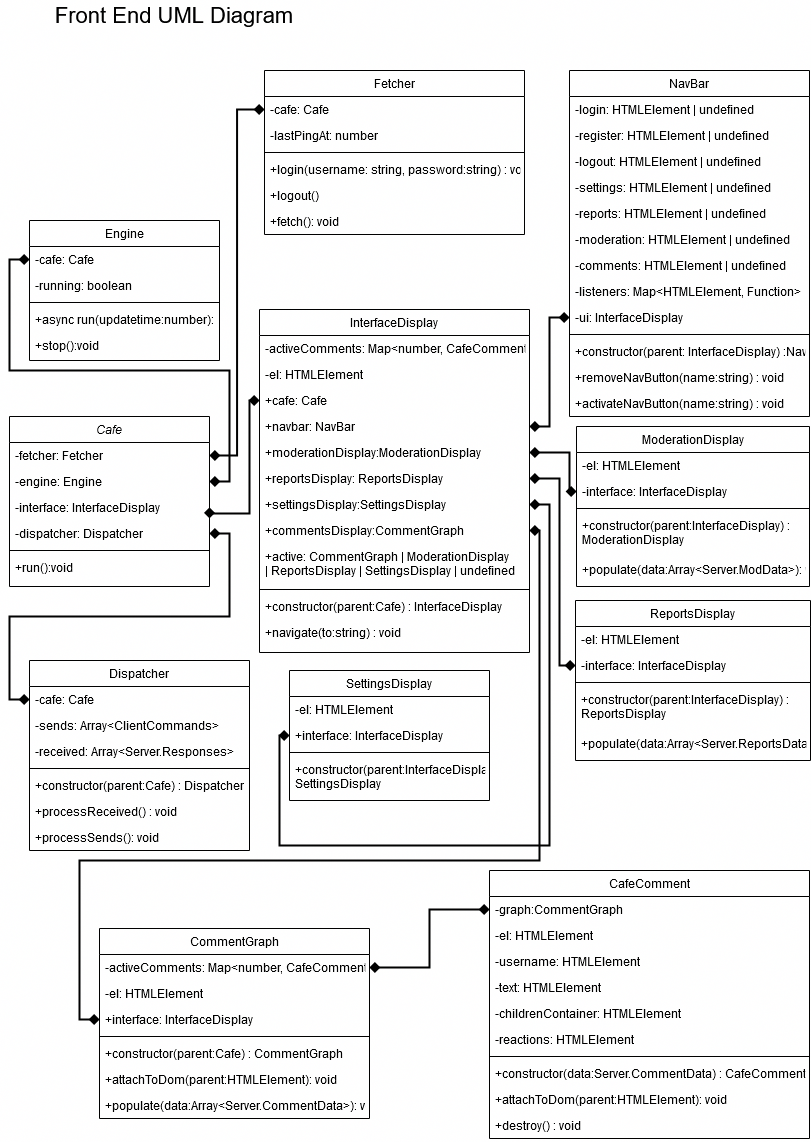
Before: uml diagrams/frontend.png, a diagram exported from draw.io (comment-anything/Specifications). Source tidied: cells renumbered, new cells last; positions are measured from the earlier drawing's top-left corner, leaving out a move shared by most shapes.
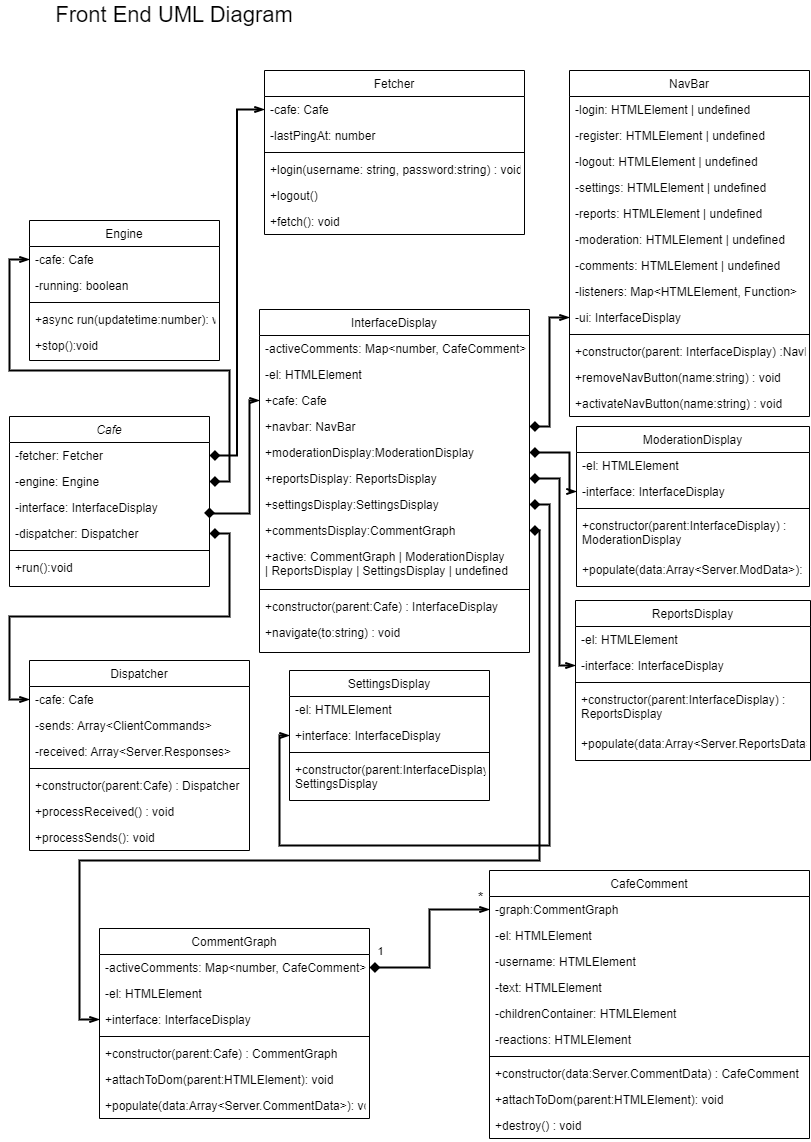
Above is the later version.

Commit message:
Some more uml work, nothing done yet.

Change to the diagram source:
```diff
@@ -275,7 +275,7 @@
     <mxCell id="92" value="+populate(data:Array&lt;Server.ModData&gt;): void" style="text;align=left;verticalAlign=top;spacingLeft=4;spacingRight=4;overflow=hidden;" parent="87" vertex="1">
       <mxGeometry y="130" width="233" height="26" as="geometry" />
     </mxCell>
-    <mxCell id="93" style="edgeStyle=orthogonalEdgeStyle;rounded=0;jettySize=auto;html=1;exitX=1;exitY=0.5;exitDx=0;exitDy=0;entryX=0;entryY=0.5;entryDx=0;entryDy=0;strokeWidth=2;startArrow=diamond;startFill=1;endArrow=diamond;endFill=1;" parent="1" edge="1" source="59" target="77">
+    <mxCell id="93" style="edgeStyle=orthogonalEdgeStyle;rounded=0;jettySize=auto;html=1;exitX=1;exitY=0.5;exitDx=0;exitDy=0;entryX=0;entryY=0.5;entryDx=0;entryDy=0;strokeWidth=2;startArrow=diamond;startFill=1;endArrow=openThin;endFill=0;" parent="1" edge="1" source="59" target="77">
       <mxGeometry relative="1" as="geometry">
         <Array as="points">
           <mxPoint x="540" y="426" />
@@ -283,13 +283,23 @@
         </Array>
       </mxGeometry>
     </mxCell>
-    <mxCell id="94" style="edgeStyle=orthogonalEdgeStyle;rounded=0;jettySize=auto;html=1;exitX=1;exitY=0.5;exitDx=0;exitDy=0;entryX=0;entryY=0.5;entryDx=0;entryDy=0;strokeWidth=2;startArrow=diamond;startFill=1;endArrow=diamond;endFill=1;" parent="1" edge="1" source="10" target="18">
+    <mxCell id="94" style="edgeStyle=orthogonalEdgeStyle;rounded=0;jettySize=auto;html=1;exitX=1;exitY=0.5;exitDx=0;exitDy=0;entryX=0;entryY=0.5;entryDx=0;entryDy=0;strokeWidth=2;startArrow=diamond;startFill=1;endArrow=openThin;endFill=0;" parent="1" edge="1" source="10" target="18">
       <mxGeometry relative="1" as="geometry" />
     </mxCell>
+    <mxCell id="104" value="1" style="edgeLabel;html=1;align=center;verticalAlign=middle;" parent="94" vertex="1">
+      <mxGeometry x="-0.57" y="2" relative="1" as="geometry">
+        <mxPoint x="-29" y="-15" as="offset" />
+      </mxGeometry>
+    </mxCell>
+    <mxCell id="105" value="*" style="edgeLabel;html=1;align=center;verticalAlign=middle;fontSize=14;" parent="94" vertex="1">
+      <mxGeometry x="0.54" y="-2" relative="1" as="geometry">
+        <mxPoint x="31" y="-15" as="offset" />
+      </mxGeometry>
+    </mxCell>
-    <mxCell id="95" style="edgeStyle=orthogonalEdgeStyle;rounded=0;jettySize=auto;html=1;exitX=1;exitY=0.5;exitDx=0;exitDy=0;entryX=0;entryY=0.5;entryDx=0;entryDy=0;strokeWidth=2;startArrow=diamond;startFill=1;endArrow=diamond;endFill=1;" parent="1" edge="1" source="6" target="29">
+    <mxCell id="95" style="edgeStyle=orthogonalEdgeStyle;rounded=0;jettySize=auto;html=1;exitX=1;exitY=0.5;exitDx=0;exitDy=0;entryX=0;entryY=0.5;entryDx=0;entryDy=0;strokeWidth=2;startArrow=diamond;startFill=1;endArrow=openThin;endFill=0;" parent="1" edge="1" source="6" target="29">
       <mxGeometry relative="1" as="geometry" />
     </mxCell>
-    <mxCell id="96" style="edgeStyle=orthogonalEdgeStyle;rounded=0;jettySize=auto;html=1;exitX=1;exitY=0.5;exitDx=0;exitDy=0;entryX=0;entryY=0.5;entryDx=0;entryDy=0;strokeWidth=2;startArrow=diamond;startFill=1;endArrow=diamond;endFill=1;" parent="1" edge="1" source="5" target="58">
+    <mxCell id="96" style="edgeStyle=orthogonalEdgeStyle;rounded=0;jettySize=auto;html=1;exitX=1;exitY=0.5;exitDx=0;exitDy=0;entryX=0;entryY=0.5;entryDx=0;entryDy=0;strokeWidth=2;startArrow=diamond;startFill=1;endArrow=openThin;endFill=0;" parent="1" edge="1" source="5" target="58">
       <mxGeometry relative="1" as="geometry">
         <Array as="points">
           <mxPoint x="200" y="513" />
@@ -298,13 +308,13 @@
         </Array>
       </mxGeometry>
     </mxCell>
-    <mxCell id="97" style="edgeStyle=orthogonalEdgeStyle;rounded=0;jettySize=auto;html=1;exitX=1;exitY=0.5;exitDx=0;exitDy=0;entryX=0;entryY=0.5;entryDx=0;entryDy=0;strokeWidth=2;startArrow=diamond;startFill=1;endArrow=diamond;endFill=1;" parent="1" edge="1" source="4" target="37">
+    <mxCell id="97" style="edgeStyle=orthogonalEdgeStyle;rounded=0;jettySize=auto;html=1;exitX=1;exitY=0.5;exitDx=0;exitDy=0;entryX=0;entryY=0.5;entryDx=0;entryDy=0;strokeWidth=2;startArrow=diamond;startFill=1;endArrow=openThin;endFill=0;" parent="1" edge="1" source="4" target="37">
       <mxGeometry relative="1" as="geometry" />
     </mxCell>
-    <mxCell id="98" style="edgeStyle=orthogonalEdgeStyle;rounded=0;jettySize=auto;html=1;exitX=1;exitY=0.5;exitDx=0;exitDy=0;entryX=0;entryY=0.5;entryDx=0;entryDy=0;strokeWidth=2;startArrow=diamond;startFill=1;endArrow=diamond;endFill=1;" parent="1" edge="1" source="3" target="43">
+    <mxCell id="98" style="edgeStyle=orthogonalEdgeStyle;rounded=0;jettySize=auto;html=1;exitX=1;exitY=0.5;exitDx=0;exitDy=0;entryX=0;entryY=0.5;entryDx=0;entryDy=0;strokeWidth=2;startArrow=diamond;startFill=1;endArrow=openThin;endFill=0;" parent="1" edge="1" source="3" target="43">
       <mxGeometry relative="1" as="geometry" />
     </mxCell>
-    <mxCell id="99" style="edgeStyle=orthogonalEdgeStyle;rounded=0;jettySize=auto;html=1;exitX=1;exitY=0.5;exitDx=0;exitDy=0;entryX=0;entryY=0.5;entryDx=0;entryDy=0;strokeWidth=2;startArrow=diamond;startFill=1;endArrow=diamond;endFill=1;" parent="1" edge="1" source="60" target="89">
+    <mxCell id="99" style="edgeStyle=orthogonalEdgeStyle;rounded=0;jettySize=auto;html=1;exitX=1;exitY=0.5;exitDx=0;exitDy=0;entryX=0;entryY=0.5;entryDx=0;entryDy=0;strokeWidth=2;startArrow=diamond;startFill=1;endArrow=openThin;endFill=0;" parent="1" edge="1" source="60" target="89">
       <mxGeometry relative="1" as="geometry">
         <Array as="points">
           <mxPoint x="560" y="452" />
@@ -312,7 +322,7 @@
         </Array>
       </mxGeometry>
     </mxCell>
-    <mxCell id="100" style="edgeStyle=orthogonalEdgeStyle;rounded=0;jettySize=auto;html=1;exitX=1;exitY=0.5;exitDx=0;exitDy=0;entryX=0;entryY=0.5;entryDx=0;entryDy=0;strokeWidth=2;startArrow=diamond;startFill=1;endArrow=diamond;endFill=1;" parent="1" edge="1" source="61" target="51">
+    <mxCell id="100" style="edgeStyle=orthogonalEdgeStyle;rounded=0;jettySize=auto;html=1;exitX=1;exitY=0.5;exitDx=0;exitDy=0;entryX=0;entryY=0.5;entryDx=0;entryDy=0;strokeWidth=2;startArrow=diamond;startFill=1;endArrow=openThin;endFill=0;" parent="1" edge="1" source="61" target="51">
       <mxGeometry relative="1" as="geometry">
         <Array as="points">
           <mxPoint x="550" y="478" />
@@ -320,7 +330,7 @@
         </Array>
       </mxGeometry>
     </mxCell>
-    <mxCell id="101" style="edgeStyle=orthogonalEdgeStyle;rounded=0;jettySize=auto;html=1;exitX=1;exitY=0.5;exitDx=0;exitDy=0;entryX=0;entryY=0.5;entryDx=0;entryDy=0;strokeWidth=2;startArrow=diamond;startFill=1;endArrow=diamond;endFill=1;" parent="1" edge="1" source="62" target="82">
+    <mxCell id="101" style="edgeStyle=orthogonalEdgeStyle;rounded=0;jettySize=auto;html=1;exitX=1;exitY=0.5;exitDx=0;exitDy=0;entryX=0;entryY=0.5;entryDx=0;entryDy=0;strokeWidth=2;startArrow=diamond;startFill=1;endArrow=openThin;endFill=0;" parent="1" edge="1" source="62" target="82">
       <mxGeometry relative="1" as="geometry">
         <Array as="points">
           <mxPoint x="540" y="504" />
@@ -330,7 +340,7 @@
         </Array>
       </mxGeometry>
     </mxCell>
-    <mxCell id="102" style="edgeStyle=orthogonalEdgeStyle;rounded=0;jettySize=auto;html=1;exitX=1;exitY=0.5;exitDx=0;exitDy=0;entryX=0;entryY=0.5;entryDx=0;entryDy=0;strokeWidth=2;startArrow=diamond;startFill=1;endArrow=diamond;endFill=1;" parent="1" edge="1" source="63" target="12">
+    <mxCell id="102" style="edgeStyle=orthogonalEdgeStyle;rounded=0;jettySize=auto;html=1;exitX=1;exitY=0.5;exitDx=0;exitDy=0;entryX=0;entryY=0.5;entryDx=0;entryDy=0;strokeWidth=2;startArrow=diamond;startFill=1;endArrow=openThin;endFill=0;" parent="1" edge="1" source="63" target="12">
       <mxGeometry relative="1" as="geometry">
         <Array as="points">
           <mxPoint x="530" y="530" />
```
